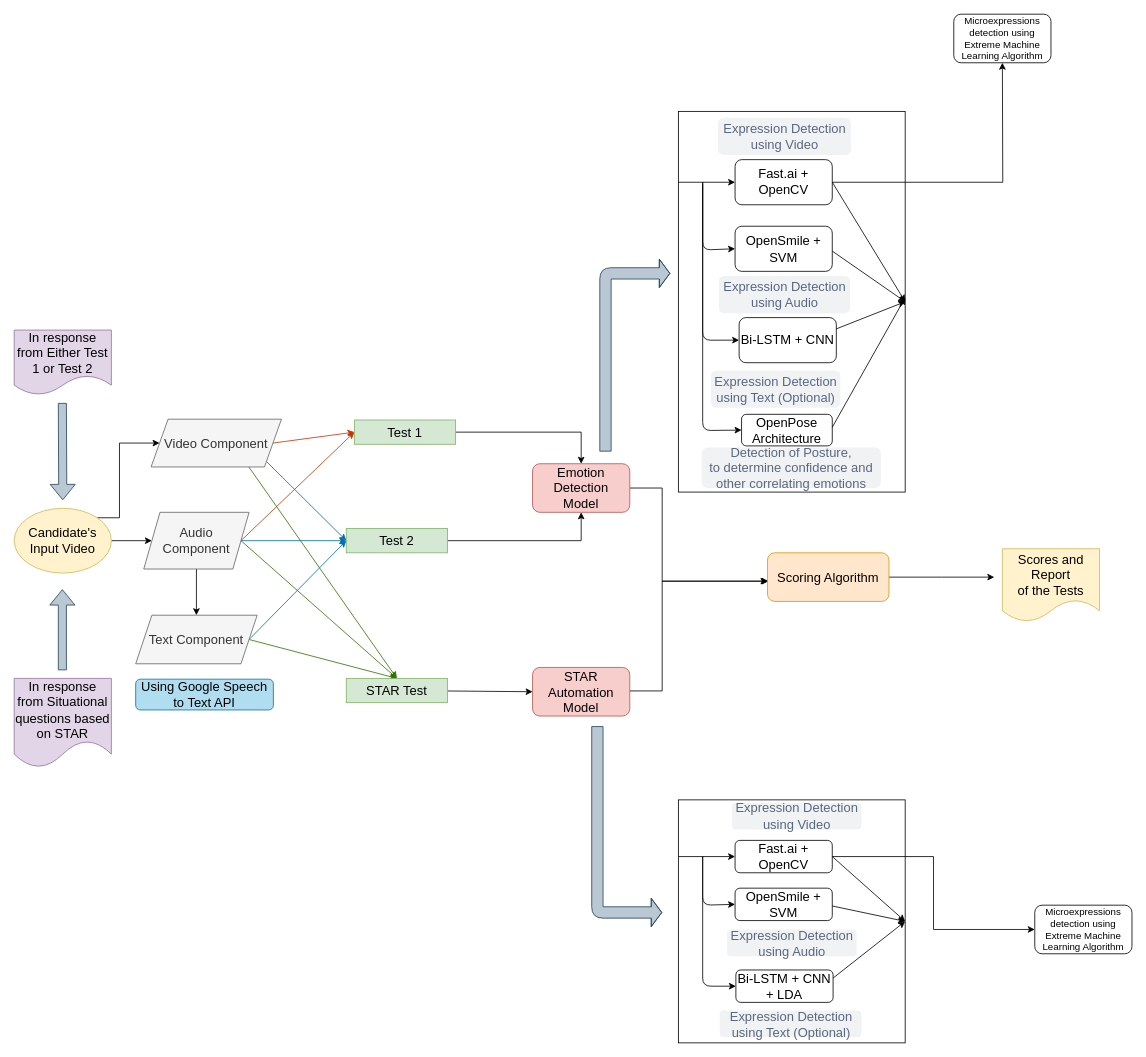
The draw.io diagram page "Architecture Diagram" (4 of 11) of EQ Diagrams/EQ Flow Diagram.drawio in Samitkk18/Automated-EQ, before the edit. Source tidied: cells renumbered, new cells numbered last; positions are measured from the earlier drawing's top-left corner, leaving out a move shared by most shapes. Both pictures are drawn from the tidied source at 81%, with x=0, y=0 at pixel (14, 14).
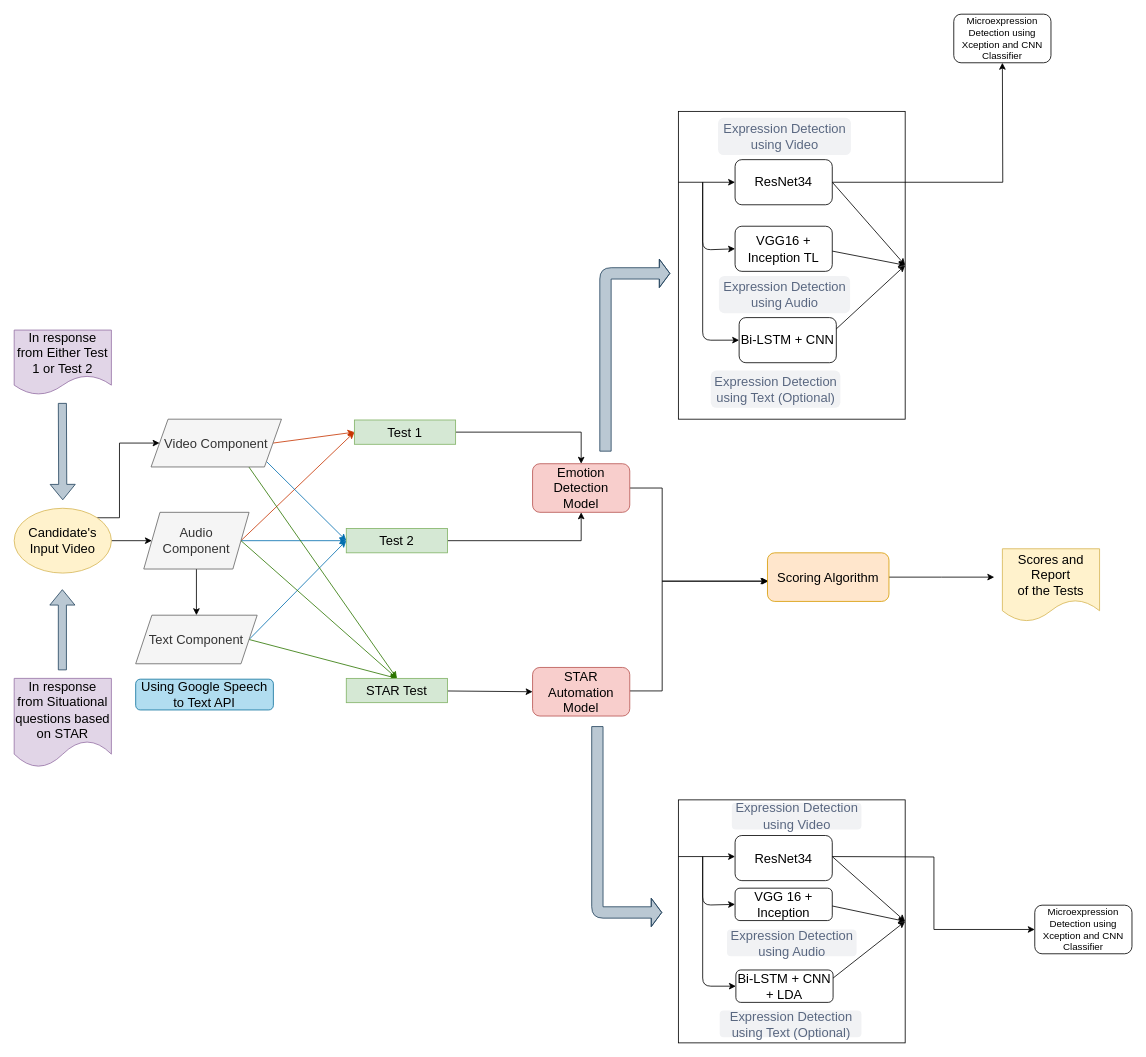
Above is the later version.

The change refers to these unchanged cells:
```xml
<mxCell id="50" style="group;fontSize=16;" parent="1" vertex="1">
  <mxGeometry x="820" y="970" width="280" height="300" as="geometry" />
</mxCell>
```

The edit, as a diff of the source:
```diff
@@
     <mxCell id="31" style="rounded=0;whiteSpace=wrap;html=1;fillColor=none;fontSize=16;" parent="1" vertex="1">
-      <mxGeometry x="820" y="120" width="280" height="470" as="geometry" />
+      <mxGeometry x="820" y="120" width="280" height="380" as="geometry" />
     </mxCell>
@@
-    <mxCell id="33" value="Fast.ai + OpenCV" style="rounded=1;whiteSpace=wrap;html=1;fontSize=16;" parent="1" vertex="1">
+    <mxCell id="33" value="ResNet34" style="rounded=1;whiteSpace=wrap;html=1;fontSize=16;" parent="1" vertex="1">
       <mxGeometry x="890" y="179.6" width="120" height="55.7" as="geometry" />
     </mxCell>
-    <mxCell id="34" value="OpenSmile + SVM" style="rounded=1;whiteSpace=wrap;html=1;fontSize=16;" parent="1" vertex="1">
+    <mxCell id="34" value="VGG16 + Inception TL" style="rounded=1;whiteSpace=wrap;html=1;fontSize=16;" parent="1" vertex="1">
       <mxGeometry x="890" y="261.8" width="120" height="55.7" as="geometry" />
     </mxCell>
@@
-    <mxCell id="45" value="OpenPose Architecture" style="rounded=1;whiteSpace=wrap;html=1;fontSize=16;" parent="1" vertex="1">
-      <mxGeometry x="898" y="494" width="112" height="39" as="geometry" />
-    </mxCell>
-    <mxCell id="46" value="Detection of Posture,&lt;br style=&quot;font-size: 16px;&quot;&gt;to determine confidence and &lt;br style=&quot;font-size: 16px;&quot;&gt;other correlating emotions" style="rounded=1;align=center;fillColor=#F1F2F4;strokeColor=none;html=1;fontColor=#596780;fontSize=16;" parent="1" vertex="1">
-      <mxGeometry x="848.8" y="535" width="221.2" height="50" as="geometry" />
-    </mxCell>
-    <mxCell id="47" style="endArrow=classic;html=1;fontSize=16;" parent="1" edge="1">
-      <mxGeometry relative="1" as="geometry">
-        <mxPoint x="1010" y="510" as="sourcePoint" />
-        <mxPoint x="1100" y="350" as="targetPoint" />
-      </mxGeometry>
-    </mxCell>
-    <mxCell id="48" style="endArrow=classic;html=1;entryX=0;entryY=0.5;entryDx=0;entryDy=0;fontSize=16;" parent="1" edge="1" target="45">
-      <mxGeometry relative="1" as="geometry">
-        <mxPoint x="850" y="210" as="sourcePoint" />
-        <Array as="points">
-          <mxPoint x="850" y="514" />
-        </Array>
-      </mxGeometry>
-    </mxCell>
@@
-    <mxCell id="52" value="Fast.ai + OpenCV" style="rounded=1;whiteSpace=wrap;html=1;fontSize=16;" parent="50" vertex="1">
-      <mxGeometry x="70" y="50" width="120" height="40" as="geometry" />
-    </mxCell>
-    <mxCell id="53" value="OpenSmile + SVM" style="rounded=1;whiteSpace=wrap;html=1;fontSize=16;" parent="50" vertex="1">
+    <mxCell id="53" value="VGG 16 + Inception" style="rounded=1;whiteSpace=wrap;html=1;fontSize=16;" parent="50" vertex="1">
       <mxGeometry x="70" y="109" width="120" height="40" as="geometry" />
     </mxCell>
@@
-    <mxCell id="59" style="endArrow=classic;html=1;exitX=1;exitY=0.5;exitDx=0;exitDy=0;fontSize=16;" parent="50" edge="1" source="52">
+    <mxCell id="59" style="endArrow=classic;html=1;exitX=1;exitY=0.5;exitDx=0;exitDy=0;fontSize=16;" parent="50" edge="1">
       <mxGeometry as="geometry">
+        <mxPoint x="190" y="70" as="sourcePoint" />
         <mxPoint x="280" y="150" as="targetPoint" />
       </mxGeometry>
     </mxCell>
@@
+    <mxCell id="72" value="ResNet34" style="rounded=1;whiteSpace=wrap;html=1;fontSize=16;" parent="50" vertex="1">
+      <mxGeometry x="70" y="44" width="120" height="55.7" as="geometry" />
+    </mxCell>
@@
-    <mxCell id="69" value="Microexpressions detection using Extreme Machine Learning Algorithm" style="rounded=1;whiteSpace=wrap;html=1;" parent="1" vertex="1">
-      <mxGeometry x="1160" width="120" height="60" as="geometry" />
-    </mxCell>
-    <mxCell id="70" value="Microexpressions detection using Extreme Machine Learning Algorithm" style="rounded=1;whiteSpace=wrap;html=1;" parent="1" vertex="1">
+    <mxCell id="70" value="Microexpression Detection using Xception and CNN Classifier" style="rounded=1;whiteSpace=wrap;html=1;" parent="1" vertex="1">
       <mxGeometry x="1260" y="1100" width="120" height="60" as="geometry" />
     </mxCell>
-    <mxCell id="71" style="edgeStyle=orthogonalEdgeStyle;rounded=0;jettySize=auto;html=1;entryX=0;entryY=0.5;entryDx=0;entryDy=0;" parent="1" edge="1" source="52" target="70">
-      <mxGeometry relative="1" as="geometry" />
+    <mxCell id="71" style="edgeStyle=orthogonalEdgeStyle;rounded=0;jettySize=auto;html=1;entryX=0;entryY=0.5;entryDx=0;entryDy=0;" parent="1" edge="1" target="70">
+      <mxGeometry relative="1" as="geometry">
+        <mxPoint x="1010" y="1040" as="sourcePoint" />
+      </mxGeometry>
     </mxCell>
+    <mxCell id="73" value="Microexpression Detection using Xception and CNN Classifier" style="rounded=1;whiteSpace=wrap;html=1;" parent="1" vertex="1">
+      <mxGeometry x="1160" width="120" height="60" as="geometry" />
+    </mxCell>
```
